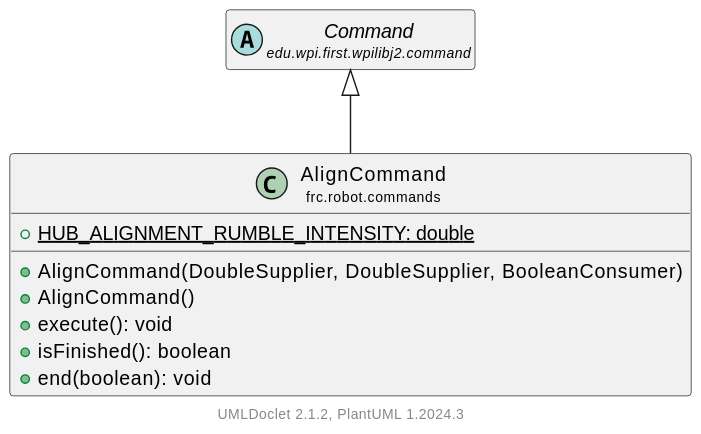
This is docs/uml/frc/robot/commands/AlignCommand.svg from LakotaRobotics1038/2026RobotProject, a PlantUML export, as it was before one commit. Source of this version:
```plantuml
@startuml
    set namespaceSeparator none
    hide empty fields
    hide empty methods

    class "<size:14>AlignCommand\n<size:10>frc.robot.commands" as frc.robot.commands.AlignCommand [[AlignCommand.html]] {
        {static} +HUB_ALIGNMENT_RUMBLE_INTENSITY: double
        +AlignCommand(DoubleSupplier, DoubleSupplier, BooleanConsumer)
        +AlignCommand()
        +execute(): void
        +isFinished(): boolean
        +end(boolean): void
    }

    abstract class "<size:14>Command\n<size:10>edu.wpi.first.wpilibj2.command" as edu.wpi.first.wpilibj2.command.Command

    edu.wpi.first.wpilibj2.command.Command <|-- frc.robot.commands.AlignCommand
    center footer UMLDoclet 2.1.2, PlantUML %version()
@enduml
```
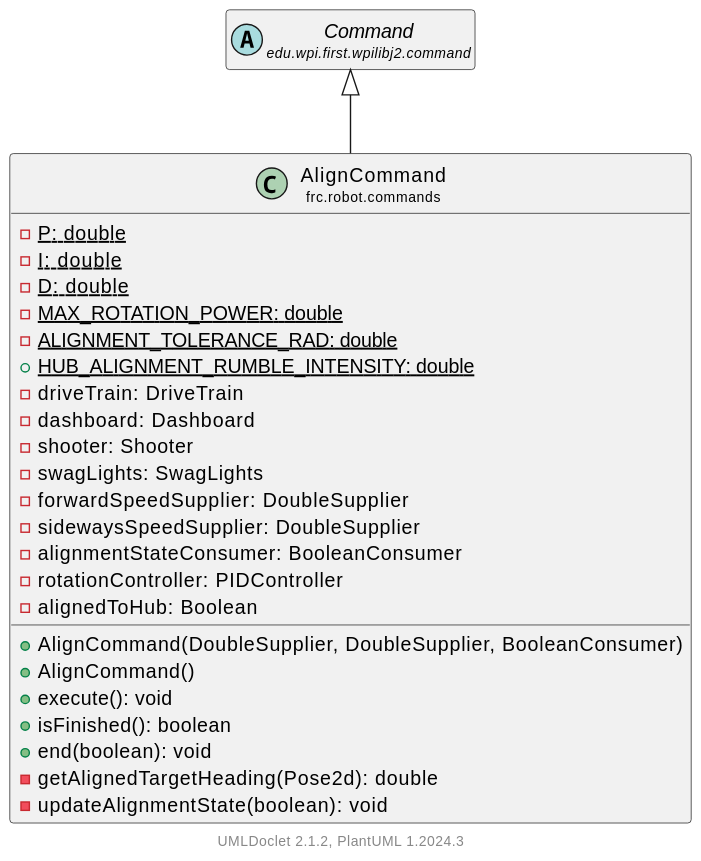
After the change.

What changed in the source:
```diff
@@ -4,12 +4,28 @@
     hide empty methods
 
     class "<size:14>AlignCommand\n<size:10>frc.robot.commands" as frc.robot.commands.AlignCommand [[AlignCommand.html]] {
+        {static} -P: double
+        {static} -I: double
+        {static} -D: double
+        {static} -MAX_ROTATION_POWER: double
+        {static} -ALIGNMENT_TOLERANCE_RAD: double
         {static} +HUB_ALIGNMENT_RUMBLE_INTENSITY: double
+        -driveTrain: DriveTrain
+        -dashboard: Dashboard
+        -shooter: Shooter
+        -swagLights: SwagLights
+        -forwardSpeedSupplier: DoubleSupplier
+        -sidewaysSpeedSupplier: DoubleSupplier
+        -alignmentStateConsumer: BooleanConsumer
+        -rotationController: PIDController
+        -alignedToHub: Boolean
         +AlignCommand(DoubleSupplier, DoubleSupplier, BooleanConsumer)
         +AlignCommand()
         +execute(): void
         +isFinished(): boolean
         +end(boolean): void
+        -getAlignedTargetHeading(Pose2d): double
+        -updateAlignmentState(boolean): void
     }
 
     abstract class "<size:14>Command\n<size:10>edu.wpi.first.wpilibj2.command" as edu.wpi.first.wpilibj2.command.Command
```
